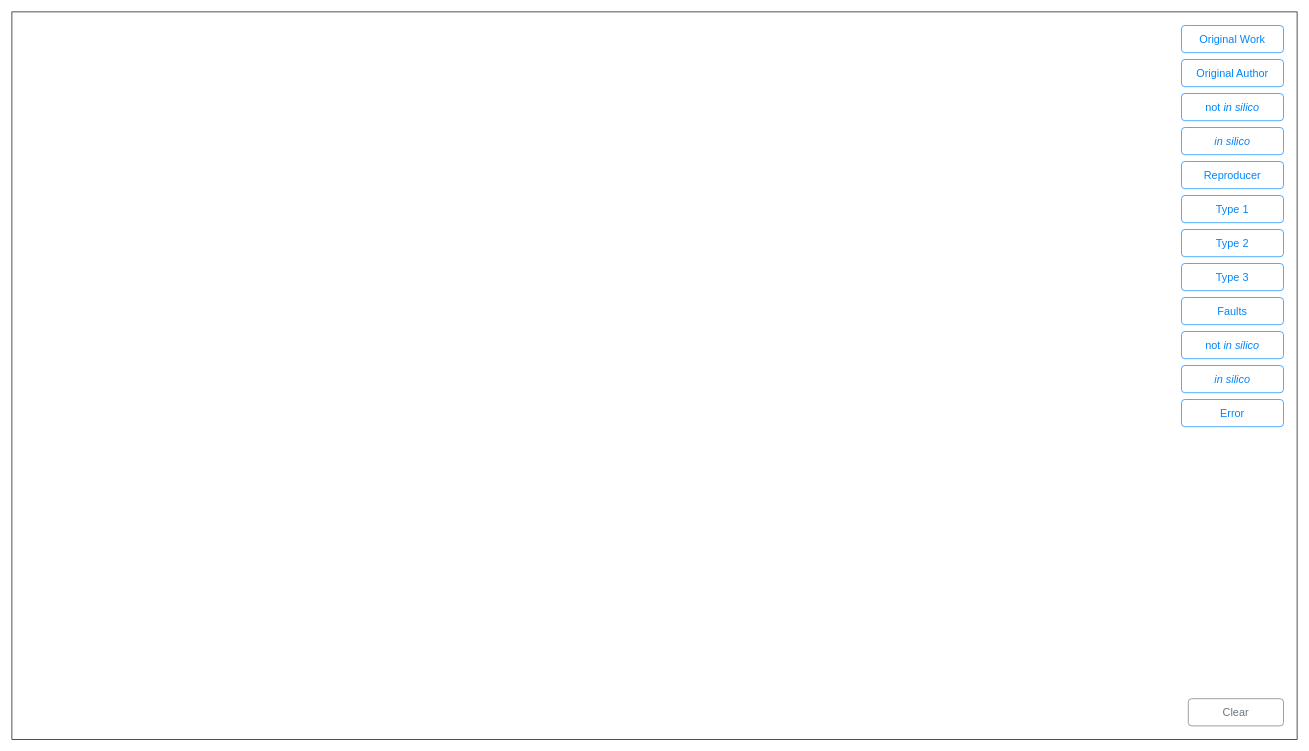
Earlier version of the draw.io diagram page "article-landing" (10 of 11) of model-analysis-errors.drawio (nicebread/scientific_errors). Source tidied: cells renumbered, new cells numbered last; positions are measured from the earlier drawing's top-left corner, leaving out a move shared by most shapes. Both pictures are drawn from the tidied source at 68%, with x=0, y=0 at pixel (12, 12).
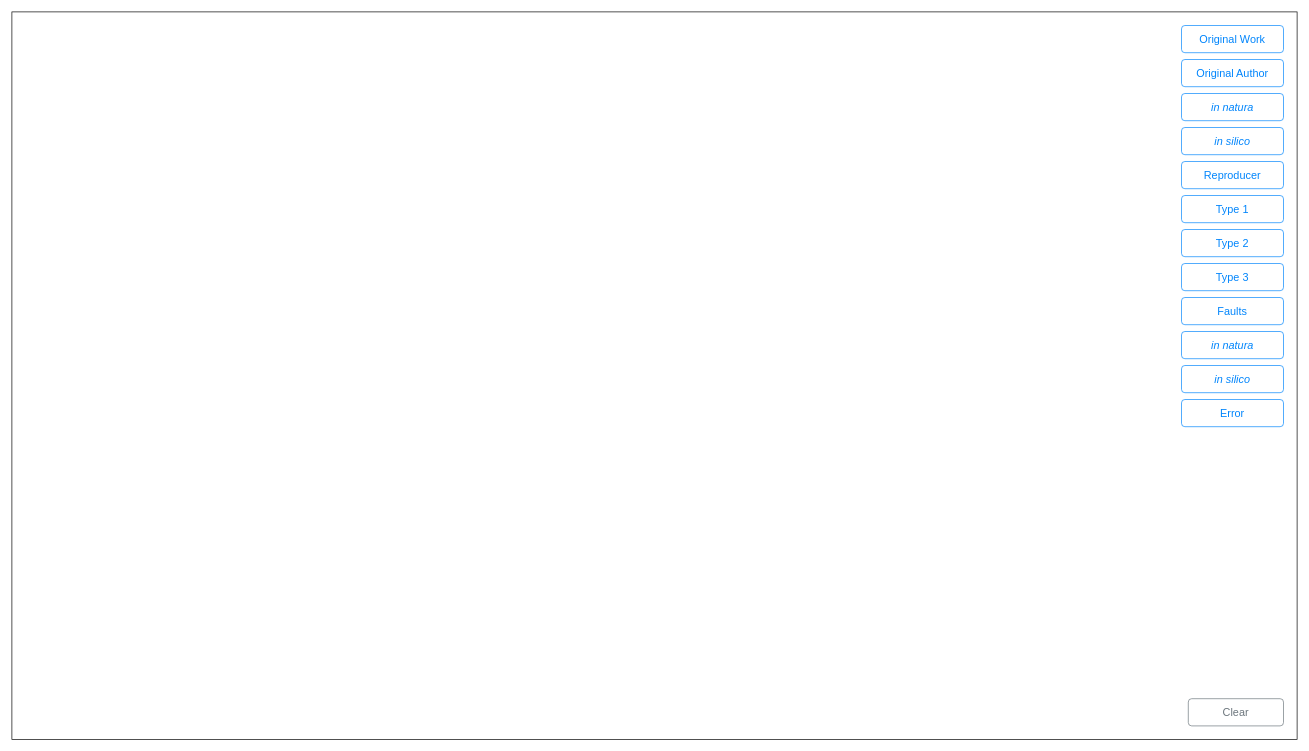
Above is the later version.

Commit message (it also covers changes not shown here):
Rename "not in silico" to "in natura"

Change to the diagram source:
```diff
@@
 <mxGraphModel>
   <root>
     <mxCell id="0" />
     <mxCell id="1" parent="0" />
     <mxCell id="2" style="rounded=0;whiteSpace=wrap;html=1;fillColor=none;" parent="1" vertex="1">
       <mxGeometry width="1890" height="1070" as="geometry" />
     </mxCell>
     <mxCell id="3" value="Original Work" style="html=1;shadow=0;dashed=0;shape=mxgraph.bootstrap.rrect;rSize=5;strokeColor=#0085FC;strokeWidth=1;fillColor=none;fontColor=#0085FC;whiteSpace=wrap;align=center;verticalAlign=middle;spacingLeft=0;fontStyle=0;fontSize=16;spacing=5;" parent="1" vertex="1">
       <mxGeometry x="1720" y="20" width="150" height="40" as="geometry" />
     </mxCell>
     <mxCell id="4" value="Original Author" style="html=1;shadow=0;dashed=0;shape=mxgraph.bootstrap.rrect;rSize=5;strokeColor=#0085FC;strokeWidth=1;fillColor=none;fontColor=#0085FC;whiteSpace=wrap;align=center;verticalAlign=middle;spacingLeft=0;fontStyle=0;fontSize=16;spacing=5;" parent="1" vertex="1">
       <mxGeometry x="1720" y="70" width="150" height="40" as="geometry" />
     </mxCell>
     <mxCell id="5" value="Reproducer" style="html=1;shadow=0;dashed=0;shape=mxgraph.bootstrap.rrect;rSize=5;strokeColor=#0085FC;strokeWidth=1;fillColor=none;fontColor=#0085FC;whiteSpace=wrap;align=center;verticalAlign=middle;spacingLeft=0;fontStyle=0;fontSize=16;spacing=5;" parent="1" vertex="1">
       <mxGeometry x="1720" y="220" width="150" height="40" as="geometry" />
     </mxCell>
     <mxCell id="6" value="Type 1" style="html=1;shadow=0;dashed=0;shape=mxgraph.bootstrap.rrect;rSize=5;strokeColor=#0085FC;strokeWidth=1;fillColor=none;fontColor=#0085FC;whiteSpace=wrap;align=center;verticalAlign=middle;spacingLeft=0;fontStyle=0;fontSize=16;spacing=5;" parent="1" vertex="1">
       <mxGeometry x="1720" y="270" width="150" height="40" as="geometry" />
     </mxCell>
     <mxCell id="7" value="Type 2" style="html=1;shadow=0;dashed=0;shape=mxgraph.bootstrap.rrect;rSize=5;strokeColor=#0085FC;strokeWidth=1;fillColor=none;fontColor=#0085FC;whiteSpace=wrap;align=center;verticalAlign=middle;spacingLeft=0;fontStyle=0;fontSize=16;spacing=5;" parent="1" vertex="1">
       <mxGeometry x="1720" y="320" width="150" height="40" as="geometry" />
     </mxCell>
     <mxCell id="8" value="Faults" style="html=1;shadow=0;dashed=0;shape=mxgraph.bootstrap.rrect;rSize=5;strokeColor=#0085FC;strokeWidth=1;fillColor=none;fontColor=#0085FC;whiteSpace=wrap;align=center;verticalAlign=middle;spacingLeft=0;fontStyle=0;fontSize=16;spacing=5;" parent="1" vertex="1">
       <mxGeometry x="1720" y="420" width="150" height="40" as="geometry" />
     </mxCell>
-    <mxCell id="9" value="not &lt;i&gt;in silico&lt;/i&gt;" style="html=1;shadow=0;dashed=0;shape=mxgraph.bootstrap.rrect;rSize=5;strokeColor=#0085FC;strokeWidth=1;fillColor=none;fontColor=#0085FC;whiteSpace=wrap;align=center;verticalAlign=middle;spacingLeft=0;fontStyle=0;fontSize=16;spacing=5;" parent="1" vertex="1">
+    <mxCell id="9" value="&lt;i&gt;in natura&lt;/i&gt;" style="html=1;shadow=0;dashed=0;shape=mxgraph.bootstrap.rrect;rSize=5;strokeColor=#0085FC;strokeWidth=1;fillColor=none;fontColor=#0085FC;whiteSpace=wrap;align=center;verticalAlign=middle;spacingLeft=0;fontStyle=0;fontSize=16;spacing=5;" parent="1" vertex="1">
       <mxGeometry x="1720" y="470" width="150" height="40" as="geometry" />
     </mxCell>
     <mxCell id="10" value="Clear" style="html=1;shadow=0;dashed=0;shape=mxgraph.bootstrap.rrect;rSize=5;strokeColor=#6C767D;strokeWidth=1;fillColor=none;fontColor=#6C767D;whiteSpace=wrap;align=center;verticalAlign=middle;spacingLeft=0;fontStyle=0;fontSize=16;spacing=5;" parent="1" vertex="1">
       <mxGeometry x="1730" y="1010" width="140" height="40" as="geometry" />
     </mxCell>
     <mxCell id="11" value="Type 3" style="html=1;shadow=0;dashed=0;shape=mxgraph.bootstrap.rrect;rSize=5;strokeColor=#0085FC;strokeWidth=1;fillColor=none;fontColor=#0085FC;whiteSpace=wrap;align=center;verticalAlign=middle;spacingLeft=0;fontStyle=0;fontSize=16;spacing=5;" parent="1" vertex="1">
       <mxGeometry x="1720" y="370" width="150" height="40" as="geometry" />
     </mxCell>
     <mxCell id="12" value="&lt;i&gt;in silico&lt;/i&gt;" style="html=1;shadow=0;dashed=0;shape=mxgraph.bootstrap.rrect;rSize=5;strokeColor=#0085FC;strokeWidth=1;fillColor=none;fontColor=#0085FC;whiteSpace=wrap;align=center;verticalAlign=middle;spacingLeft=0;fontStyle=0;fontSize=16;spacing=5;" parent="1" vertex="1">
       <mxGeometry x="1720" y="170" width="150" height="40" as="geometry" />
     </mxCell>
-    <mxCell id="13" value="not &lt;i&gt;in silico&lt;/i&gt;" style="html=1;shadow=0;dashed=0;shape=mxgraph.bootstrap.rrect;rSize=5;strokeColor=#0085FC;strokeWidth=1;fillColor=none;fontColor=#0085FC;whiteSpace=wrap;align=center;verticalAlign=middle;spacingLeft=0;fontStyle=0;fontSize=16;spacing=5;" parent="1" vertex="1">
+    <mxCell id="13" value="&lt;i&gt;in natura&lt;/i&gt;" style="html=1;shadow=0;dashed=0;shape=mxgraph.bootstrap.rrect;rSize=5;strokeColor=#0085FC;strokeWidth=1;fillColor=none;fontColor=#0085FC;whiteSpace=wrap;align=center;verticalAlign=middle;spacingLeft=0;fontStyle=0;fontSize=16;spacing=5;" parent="1" vertex="1">
       <mxGeometry x="1720" y="120" width="150" height="40" as="geometry" />
     </mxCell>
     <mxCell id="14" value="&lt;i&gt;in silico&lt;/i&gt;" style="html=1;shadow=0;dashed=0;shape=mxgraph.bootstrap.rrect;rSize=5;strokeColor=#0085FC;strokeWidth=1;fillColor=none;fontColor=#0085FC;whiteSpace=wrap;align=center;verticalAlign=middle;spacingLeft=0;fontStyle=0;fontSize=16;spacing=5;" parent="1" vertex="1">
       <mxGeometry x="1720" y="520" width="150" height="40" as="geometry" />
     </mxCell>
     <mxCell id="15" value="Error" style="html=1;shadow=0;dashed=0;shape=mxgraph.bootstrap.rrect;rSize=5;strokeColor=#0085FC;strokeWidth=1;fillColor=none;fontColor=#0085FC;whiteSpace=wrap;align=center;verticalAlign=middle;spacingLeft=0;fontStyle=0;fontSize=16;spacing=5;" parent="1" vertex="1">
       <mxGeometry x="1720" y="570" width="150" height="40" as="geometry" />
     </mxCell>
   </root>
 </mxGraphModel>
```
